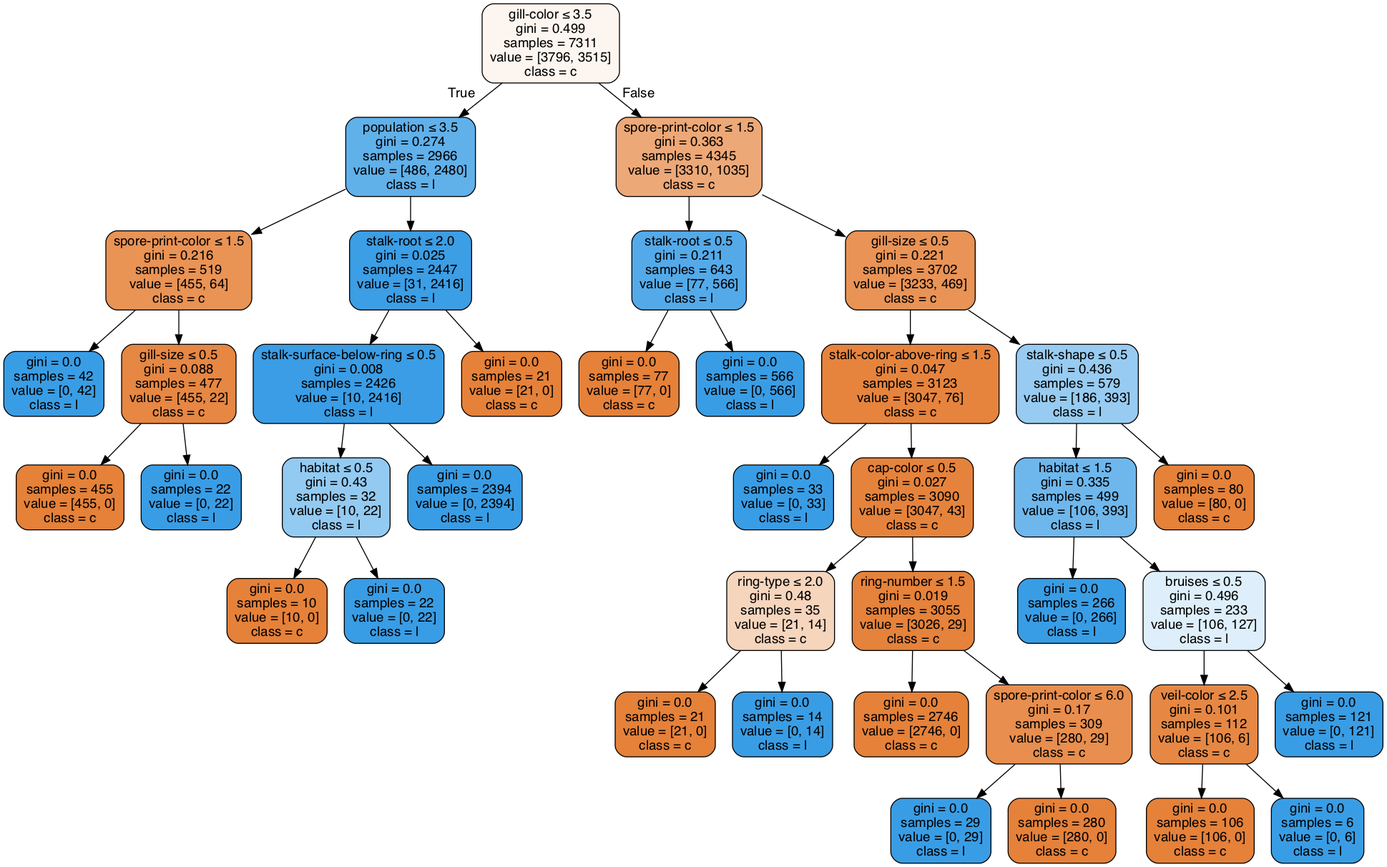
Before: Lab02/clf-90-10.gv.png, a diagram exported from Graphviz (anhle199/Intro2AI-HCMUS). Its source is kept beside it as Lab02/clf-90-10.gv.
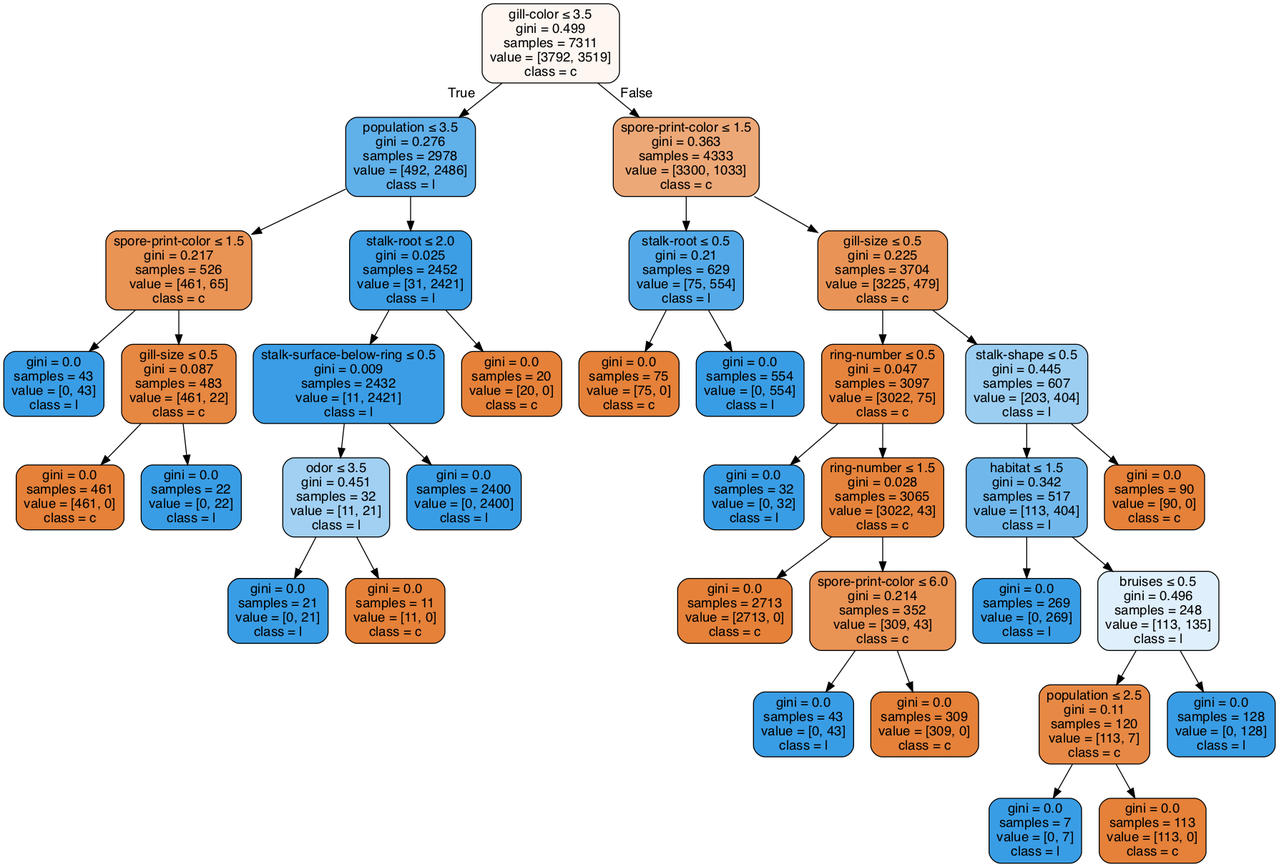
The same file after the commit.

Diff of the diagram source:
```diff
@@ -1,81 +1,73 @@
 digraph Tree {
 node [shape=box, style="filled, rounded", color="black", fontname=helvetica] ;
 edge [fontname=helvetica] ;
-0 [label=<gill-color &le; 3.5<br/>gini = 0.499<br/>samples = 7311<br/>value = [3796, 3515]<br/>class = c>, fillcolor="#fdf6f0"] ;
-1 [label=<population &le; 3.5<br/>gini = 0.274<br/>samples = 2966<br/>value = [486, 2480]<br/>class = l>, fillcolor="#60b0ea"] ;
+0 [label=<gill-color &le; 3.5<br/>gini = 0.499<br/>samples = 7311<br/>value = [3792, 3519]<br/>class = c>, fillcolor="#fdf6f1"] ;
+1 [label=<population &le; 3.5<br/>gini = 0.276<br/>samples = 2978<br/>value = [492, 2486]<br/>class = l>, fillcolor="#60b0ea"] ;
 0 -> 1 [labeldistance=2.5, labelangle=45, headlabel="True"] ;
-2 [label=<spore-print-color &le; 1.5<br/>gini = 0.216<br/>samples = 519<br/>value = [455, 64]<br/>class = c>, fillcolor="#e99355"] ;
+2 [label=<spore-print-color &le; 1.5<br/>gini = 0.217<br/>samples = 526<br/>value = [461, 65]<br/>class = c>, fillcolor="#e99355"] ;
 1 -> 2 ;
-3 [label=<gini = 0.0<br/>samples = 42<br/>value = [0, 42]<br/>class = l>, fillcolor="#399de5"] ;
+3 [label=<gini = 0.0<br/>samples = 43<br/>value = [0, 43]<br/>class = l>, fillcolor="#399de5"] ;
 2 -> 3 ;
-4 [label=<gill-size &le; 0.5<br/>gini = 0.088<br/>samples = 477<br/>value = [455, 22]<br/>class = c>, fillcolor="#e68743"] ;
+4 [label=<gill-size &le; 0.5<br/>gini = 0.087<br/>samples = 483<br/>value = [461, 22]<br/>class = c>, fillcolor="#e68742"] ;
 2 -> 4 ;
-5 [label=<gini = 0.0<br/>samples = 455<br/>value = [455, 0]<br/>class = c>, fillcolor="#e58139"] ;
+5 [label=<gini = 0.0<br/>samples = 461<br/>value = [461, 0]<br/>class = c>, fillcolor="#e58139"] ;
 4 -> 5 ;
 6 [label=<gini = 0.0<br/>samples = 22<br/>value = [0, 22]<br/>class = l>, fillcolor="#399de5"] ;
 4 -> 6 ;
-7 [label=<stalk-root &le; 2.0<br/>gini = 0.025<br/>samples = 2447<br/>value = [31, 2416]<br/>class = l>, fillcolor="#3c9ee5"] ;
+7 [label=<stalk-root &le; 2.0<br/>gini = 0.025<br/>samples = 2452<br/>value = [31, 2421]<br/>class = l>, fillcolor="#3c9ee5"] ;
 1 -> 7 ;
-8 [label=<stalk-surface-below-ring &le; 0.5<br/>gini = 0.008<br/>samples = 2426<br/>value = [10, 2416]<br/>class = l>, fillcolor="#3a9de5"] ;
+8 [label=<stalk-surface-below-ring &le; 0.5<br/>gini = 0.009<br/>samples = 2432<br/>value = [11, 2421]<br/>class = l>, fillcolor="#3a9de5"] ;
 7 -> 8 ;
-9 [label=<habitat &le; 0.5<br/>gini = 0.43<br/>samples = 32<br/>value = [10, 22]<br/>class = l>, fillcolor="#93caf1"] ;
+9 [label=<odor &le; 3.5<br/>gini = 0.451<br/>samples = 32<br/>value = [11, 21]<br/>class = l>, fillcolor="#a1d0f3"] ;
 8 -> 9 ;
-10 [label=<gini = 0.0<br/>samples = 10<br/>value = [10, 0]<br/>class = c>, fillcolor="#e58139"] ;
+10 [label=<gini = 0.0<br/>samples = 21<br/>value = [0, 21]<br/>class = l>, fillcolor="#399de5"] ;
 9 -> 10 ;
-11 [label=<gini = 0.0<br/>samples = 22<br/>value = [0, 22]<br/>class = l>, fillcolor="#399de5"] ;
+11 [label=<gini = 0.0<br/>samples = 11<br/>value = [11, 0]<br/>class = c>, fillcolor="#e58139"] ;
 9 -> 11 ;
-12 [label=<gini = 0.0<br/>samples = 2394<br/>value = [0, 2394]<br/>class = l>, fillcolor="#399de5"] ;
+12 [label=<gini = 0.0<br/>samples = 2400<br/>value = [0, 2400]<br/>class = l>, fillcolor="#399de5"] ;
 8 -> 12 ;
-13 [label=<gini = 0.0<br/>samples = 21<br/>value = [21, 0]<br/>class = c>, fillcolor="#e58139"] ;
+13 [label=<gini = 0.0<br/>samples = 20<br/>value = [20, 0]<br/>class = c>, fillcolor="#e58139"] ;
 7 -> 13 ;
-14 [label=<spore-print-color &le; 1.5<br/>gini = 0.363<br/>samples = 4345<br/>value = [3310, 1035]<br/>class = c>, fillcolor="#eda877"] ;
+14 [label=<spore-print-color &le; 1.5<br/>gini = 0.363<br/>samples = 4333<br/>value = [3300, 1033]<br/>class = c>, fillcolor="#eda877"] ;
 0 -> 14 [labeldistance=2.5, labelangle=-45, headlabel="False"] ;
-15 [label=<stalk-root &le; 0.5<br/>gini = 0.211<br/>samples = 643<br/>value = [77, 566]<br/>class = l>, fillcolor="#54aae9"] ;
+15 [label=<stalk-root &le; 0.5<br/>gini = 0.21<br/>samples = 629<br/>value = [75, 554]<br/>class = l>, fillcolor="#54aae9"] ;
 14 -> 15 ;
-16 [label=<gini = 0.0<br/>samples = 77<br/>value = [77, 0]<br/>class = c>, fillcolor="#e58139"] ;
+16 [label=<gini = 0.0<br/>samples = 75<br/>value = [75, 0]<br/>class = c>, fillcolor="#e58139"] ;
 15 -> 16 ;
-17 [label=<gini = 0.0<br/>samples = 566<br/>value = [0, 566]<br/>class = l>, fillcolor="#399de5"] ;
+17 [label=<gini = 0.0<br/>samples = 554<br/>value = [0, 554]<br/>class = l>, fillcolor="#399de5"] ;
 15 -> 17 ;
-18 [label=<gill-size &le; 0.5<br/>gini = 0.221<br/>samples = 3702<br/>value = [3233, 469]<br/>class = c>, fillcolor="#e99356"] ;
+18 [label=<gill-size &le; 0.5<br/>gini = 0.225<br/>samples = 3704<br/>value = [3225, 479]<br/>class = c>, fillcolor="#e99456"] ;
 14 -> 18 ;
-19 [label=<stalk-color-above-ring &le; 1.5<br/>gini = 0.047<br/>samples = 3123<br/>value = [3047, 76]<br/>class = c>, fillcolor="#e6843e"] ;
+19 [label=<ring-number &le; 0.5<br/>gini = 0.047<br/>samples = 3097<br/>value = [3022, 75]<br/>class = c>, fillcolor="#e6843e"] ;
 18 -> 19 ;
-20 [label=<gini = 0.0<br/>samples = 33<br/>value = [0, 33]<br/>class = l>, fillcolor="#399de5"] ;
+20 [label=<gini = 0.0<br/>samples = 32<br/>value = [0, 32]<br/>class = l>, fillcolor="#399de5"] ;
 19 -> 20 ;
-21 [label=<cap-color &le; 0.5<br/>gini = 0.027<br/>samples = 3090<br/>value = [3047, 43]<br/>class = c>, fillcolor="#e5833c"] ;
+21 [label=<ring-number &le; 1.5<br/>gini = 0.028<br/>samples = 3065<br/>value = [3022, 43]<br/>class = c>, fillcolor="#e5833c"] ;
 19 -> 21 ;
-22 [label=<ring-type &le; 2.0<br/>gini = 0.48<br/>samples = 35<br/>value = [21, 14]<br/>class = c>, fillcolor="#f6d5bd"] ;
+22 [label=<gini = 0.0<br/>samples = 2713<br/>value = [2713, 0]<br/>class = c>, fillcolor="#e58139"] ;
 21 -> 22 ;
-23 [label=<gini = 0.0<br/>samples = 21<br/>value = [21, 0]<br/>class = c>, fillcolor="#e58139"] ;
-22 -> 23 ;
-24 [label=<gini = 0.0<br/>samples = 14<br/>value = [0, 14]<br/>class = l>, fillcolor="#399de5"] ;
-22 -> 24 ;
-25 [label=<ring-number &le; 1.5<br/>gini = 0.019<br/>samples = 3055<br/>value = [3026, 29]<br/>class = c>, fillcolor="#e5823b"] ;
-21 -> 25 ;
-26 [label=<gini = 0.0<br/>samples = 2746<br/>value = [2746, 0]<br/>class = c>, fillcolor="#e58139"] ;
-25 -> 26 ;
-27 [label=<spore-print-color &le; 6.0<br/>gini = 0.17<br/>samples = 309<br/>value = [280, 29]<br/>class = c>, fillcolor="#e88e4e"] ;
-25 -> 27 ;
-28 [label=<gini = 0.0<br/>samples = 29<br/>value = [0, 29]<br/>class = l>, fillcolor="#399de5"] ;
+23 [label=<spore-print-color &le; 6.0<br/>gini = 0.214<br/>samples = 352<br/>value = [309, 43]<br/>class = c>, fillcolor="#e99355"] ;
+21 -> 23 ;
+24 [label=<gini = 0.0<br/>samples = 43<br/>value = [0, 43]<br/>class = l>, fillcolor="#399de5"] ;
+23 -> 24 ;
+25 [label=<gini = 0.0<br/>samples = 309<br/>value = [309, 0]<br/>class = c>, fillcolor="#e58139"] ;
+23 -> 25 ;
+26 [label=<stalk-shape &le; 0.5<br/>gini = 0.445<br/>samples = 607<br/>value = [203, 404]<br/>class = l>, fillcolor="#9ccef2"] ;
+18 -> 26 ;
+27 [label=<habitat &le; 1.5<br/>gini = 0.342<br/>samples = 517<br/>value = [113, 404]<br/>class = l>, fillcolor="#70b8ec"] ;
+26 -> 27 ;
+28 [label=<gini = 0.0<br/>samples = 269<br/>value = [0, 269]<br/>class = l>, fillcolor="#399de5"] ;
 27 -> 28 ;
-29 [label=<gini = 0.0<br/>samples = 280<br/>value = [280, 0]<br/>class = c>, fillcolor="#e58139"] ;
+29 [label=<bruises &le; 0.5<br/>gini = 0.496<br/>samples = 248<br/>value = [113, 135]<br/>class = l>, fillcolor="#dfeffb"] ;
 27 -> 29 ;
-30 [label=<stalk-shape &le; 0.5<br/>gini = 0.436<br/>samples = 579<br/>value = [186, 393]<br/>class = l>, fillcolor="#97cbf1"] ;
-18 -> 30 ;
-31 [label=<habitat &le; 1.5<br/>gini = 0.335<br/>samples = 499<br/>value = [106, 393]<br/>class = l>, fillcolor="#6eb7ec"] ;
+30 [label=<population &le; 2.5<br/>gini = 0.11<br/>samples = 120<br/>value = [113, 7]<br/>class = c>, fillcolor="#e78945"] ;
+29 -> 30 ;
+31 [label=<gini = 0.0<br/>samples = 7<br/>value = [0, 7]<br/>class = l>, fillcolor="#399de5"] ;
 30 -> 31 ;
-32 [label=<gini = 0.0<br/>samples = 266<br/>value = [0, 266]<br/>class = l>, fillcolor="#399de5"] ;
-31 -> 32 ;
-33 [label=<bruises &le; 0.5<br/>gini = 0.496<br/>samples = 233<br/>value = [106, 127]<br/>class = l>, fillcolor="#deeffb"] ;
-31 -> 33 ;
-34 [label=<veil-color &le; 2.5<br/>gini = 0.101<br/>samples = 112<br/>value = [106, 6]<br/>class = c>, fillcolor="#e68844"] ;
-33 -> 34 ;
-35 [label=<gini = 0.0<br/>samples = 106<br/>value = [106, 0]<br/>class = c>, fillcolor="#e58139"] ;
-34 -> 35 ;
-36 [label=<gini = 0.0<br/>samples = 6<br/>value = [0, 6]<br/>class = l>, fillcolor="#399de5"] ;
-34 -> 36 ;
-37 [label=<gini = 0.0<br/>samples = 121<br/>value = [0, 121]<br/>class = l>, fillcolor="#399de5"] ;
-33 -> 37 ;
-38 [label=<gini = 0.0<br/>samples = 80<br/>value = [80, 0]<br/>class = c>, fillcolor="#e58139"] ;
-30 -> 38 ;
+32 [label=<gini = 0.0<br/>samples = 113<br/>value = [113, 0]<br/>class = c>, fillcolor="#e58139"] ;
+30 -> 32 ;
+33 [label=<gini = 0.0<br/>samples = 128<br/>value = [0, 128]<br/>class = l>, fillcolor="#399de5"] ;
+29 -> 33 ;
+34 [label=<gini = 0.0<br/>samples = 90<br/>value = [90, 0]<br/>class = c>, fillcolor="#e58139"] ;
+26 -> 34 ;
 }
```
